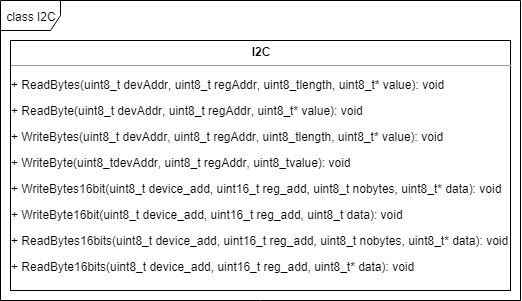
Earlier version of the draw.io export Krav og Design/I2C_Class.png (MkLJensen/iFollow). Source tidied: cells renumbered, new cells last; positions are measured from the earlier drawing's top-left corner, leaving out a move shared by most shapes. Its diagram source:
```xml
<mxGraphModel background="#ffffff">
  <root>
    <mxCell id="0" />
    <mxCell id="1" parent="0" />
    <mxCell id="2" value="class I2C" style="shape=umlFrame;whiteSpace=wrap;html=1;" parent="1" vertex="1">
      <mxGeometry width="520" height="300" as="geometry" />
    </mxCell>
    <mxCell id="3" value="&lt;p style=&quot;margin: 0px ; margin-top: 4px ; text-align: center&quot;&gt;&lt;b&gt;I2C&lt;/b&gt;&lt;/p&gt;&lt;hr size=&quot;1&quot;&gt;&lt;p&gt;+&amp;nbsp;&lt;span&gt;ReadBytes&lt;/span&gt;&lt;span&gt;(&lt;/span&gt;&lt;span&gt;uint8_t&amp;nbsp;&lt;/span&gt;&lt;span&gt;devAddr&lt;/span&gt;&lt;span&gt;, &lt;/span&gt;&lt;span&gt;uint8_t&amp;nbsp;&lt;/span&gt;&lt;span&gt;regAddr&lt;/span&gt;&lt;span&gt;, &lt;/span&gt;&lt;span&gt;uint8_t&lt;/span&gt;&lt;span&gt;length&lt;/span&gt;&lt;span&gt;, &lt;/span&gt;&lt;span&gt;uint8_t&lt;/span&gt;&lt;span&gt;*&amp;nbsp;&lt;/span&gt;&lt;span&gt;value&lt;/span&gt;&lt;span&gt;): void&lt;/span&gt;&lt;/p&gt;&lt;p&gt;&lt;span&gt;+&amp;nbsp;&lt;/span&gt;&lt;span&gt;ReadByte&lt;/span&gt;&lt;span&gt;(&lt;/span&gt;&lt;span&gt;uint8_t&amp;nbsp;&lt;/span&gt;&lt;span&gt;devAddr&lt;/span&gt;&lt;span&gt;, &lt;/span&gt;&lt;span&gt;uint8_t&amp;nbsp;&lt;/span&gt;&lt;span&gt;regAddr&lt;/span&gt;&lt;span&gt;, &lt;/span&gt;&lt;span&gt;uint8_t&lt;/span&gt;&lt;span&gt;*&amp;nbsp;&lt;/span&gt;&lt;span&gt;value&lt;/span&gt;&lt;span&gt;): void&lt;/span&gt;&lt;/p&gt;&lt;p&gt;&lt;span&gt;+&amp;nbsp;&lt;/span&gt;&lt;span&gt;WriteBytes&lt;/span&gt;&lt;span&gt;(&lt;/span&gt;&lt;span&gt;uint8_t&amp;nbsp;&lt;/span&gt;&lt;span&gt;devAddr&lt;/span&gt;&lt;span&gt;, &lt;/span&gt;&lt;span&gt;uint8_t&amp;nbsp;&lt;/span&gt;&lt;span&gt;regAddr&lt;/span&gt;&lt;span&gt;, &lt;/span&gt;&lt;span&gt;uint8_t&lt;/span&gt;&lt;span&gt;length&lt;/span&gt;&lt;span&gt;, &lt;/span&gt;&lt;span&gt;uint8_t&lt;/span&gt;&lt;span&gt;*&amp;nbsp;&lt;/span&gt;&lt;span&gt;value&lt;/span&gt;&lt;span&gt;): void&lt;/span&gt;&lt;/p&gt;&lt;p&gt;&lt;span&gt;+&amp;nbsp;&lt;/span&gt;&lt;span&gt;WriteByte&lt;/span&gt;&lt;span&gt;(&lt;/span&gt;&lt;span&gt;uint8_t&lt;/span&gt;&lt;span&gt;devAddr&lt;/span&gt;&lt;span&gt;, &lt;/span&gt;&lt;span&gt;uint8_t&amp;nbsp;&lt;/span&gt;&lt;span&gt;regAddr&lt;/span&gt;&lt;span&gt;, &lt;/span&gt;&lt;span&gt;uint8_t&lt;/span&gt;&lt;span&gt;value&lt;/span&gt;&lt;span&gt;): void&lt;/span&gt;&lt;/p&gt;&lt;p&gt;&lt;span&gt;+&amp;nbsp;&lt;/span&gt;&lt;span&gt;WriteBytes16bit&lt;/span&gt;&lt;span&gt;(&lt;/span&gt;&lt;span&gt;uint8_t&amp;nbsp;&lt;/span&gt;&lt;span&gt;device_add&lt;/span&gt;&lt;span&gt;, &lt;/span&gt;&lt;span&gt;uint16_t&amp;nbsp;&lt;/span&gt;&lt;span&gt;reg_add&lt;/span&gt;&lt;span&gt;, &lt;/span&gt;&lt;span&gt;uint8_t&amp;nbsp;&lt;/span&gt;&lt;span&gt;nobytes&lt;/span&gt;&lt;span&gt;, &lt;/span&gt;&lt;span&gt;uint8_t&lt;/span&gt;&lt;span&gt;*&amp;nbsp;&lt;/span&gt;&lt;span&gt;data&lt;/span&gt;&lt;span&gt;): void&lt;/span&gt;&lt;/p&gt;&lt;p&gt;&lt;span&gt;+&amp;nbsp;&lt;/span&gt;&lt;span&gt;WriteByte16bit&lt;/span&gt;&lt;span&gt;(&lt;/span&gt;&lt;span&gt;uint8_t&amp;nbsp;&lt;/span&gt;&lt;span&gt;device_add&lt;/span&gt;&lt;span&gt;, &lt;/span&gt;&lt;span&gt;uint16_t&amp;nbsp;&lt;/span&gt;&lt;span&gt;reg_add&lt;/span&gt;&lt;span&gt;, &lt;/span&gt;&lt;span&gt;uint8_t&amp;nbsp;&lt;/span&gt;&lt;span&gt;data&lt;/span&gt;&lt;span&gt;): void&lt;/span&gt;&lt;/p&gt;&lt;p&gt;&lt;span&gt;+&amp;nbsp;&lt;/span&gt;&lt;span&gt;ReadBytes16bits&lt;/span&gt;&lt;span&gt;(&lt;/span&gt;&lt;span&gt;uint8_t&amp;nbsp;&lt;/span&gt;&lt;span&gt;device_add&lt;/span&gt;&lt;span&gt;, &lt;/span&gt;&lt;span&gt;uint16_t&amp;nbsp;&lt;/span&gt;&lt;span&gt;reg_add&lt;/span&gt;&lt;span&gt;, &lt;/span&gt;&lt;span&gt;uint8_t&amp;nbsp;&lt;/span&gt;&lt;span&gt;nobytes&lt;/span&gt;&lt;span&gt;, &lt;/span&gt;&lt;span&gt;uint8_t&lt;/span&gt;&lt;span&gt;*&amp;nbsp;&lt;/span&gt;&lt;span&gt;data&lt;/span&gt;&lt;span&gt;): void&lt;/span&gt;&lt;/p&gt;&lt;p&gt;&lt;span&gt;+&amp;nbsp;&lt;/span&gt;&lt;span&gt;ReadByte16bits&lt;/span&gt;&lt;span&gt;(&lt;/span&gt;&lt;span&gt;uint8_t&amp;nbsp;&lt;/span&gt;&lt;span&gt;device_add&lt;/span&gt;&lt;span&gt;, &lt;/span&gt;&lt;span&gt;uint16_t&amp;nbsp;&lt;/span&gt;&lt;span&gt;reg_add&lt;/span&gt;&lt;span&gt;, &lt;/span&gt;&lt;span&gt;uint8_t&lt;/span&gt;&lt;span&gt;*&amp;nbsp;&lt;/span&gt;&lt;span&gt;data&lt;/span&gt;&lt;span&gt;): void&lt;/span&gt;&lt;/p&gt;" style="verticalAlign=top;align=left;overflow=fill;fontSize=12;fontFamily=Helvetica;html=1;" parent="1" vertex="1">
      <mxGeometry x="10" y="40" width="500" height="250" as="geometry" />
    </mxCell>
  </root>
</mxGraphModel>
```
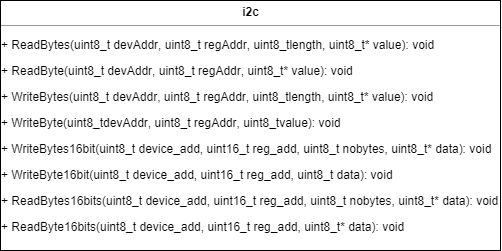
After the change.

The edit, as a diff of the source:
```diff
@@ -2,10 +2,7 @@
   <root>
     <mxCell id="0" />
     <mxCell id="1" parent="0" />
-    <mxCell id="2" value="class I2C" style="shape=umlFrame;whiteSpace=wrap;html=1;" parent="1" vertex="1">
-      <mxGeometry width="520" height="300" as="geometry" />
-    </mxCell>
-    <mxCell id="3" value="&lt;p style=&quot;margin: 0px ; margin-top: 4px ; text-align: center&quot;&gt;&lt;b&gt;I2C&lt;/b&gt;&lt;/p&gt;&lt;hr size=&quot;1&quot;&gt;&lt;p&gt;+&amp;nbsp;&lt;span&gt;ReadBytes&lt;/span&gt;&lt;span&gt;(&lt;/span&gt;&lt;span&gt;uint8_t&amp;nbsp;&lt;/span&gt;&lt;span&gt;devAddr&lt;/span&gt;&lt;span&gt;, &lt;/span&gt;&lt;span&gt;uint8_t&amp;nbsp;&lt;/span&gt;&lt;span&gt;regAddr&lt;/span&gt;&lt;span&gt;, &lt;/span&gt;&lt;span&gt;uint8_t&lt;/span&gt;&lt;span&gt;length&lt;/span&gt;&lt;span&gt;, &lt;/span&gt;&lt;span&gt;uint8_t&lt;/span&gt;&lt;span&gt;*&amp;nbsp;&lt;/span&gt;&lt;span&gt;value&lt;/span&gt;&lt;span&gt;): void&lt;/span&gt;&lt;/p&gt;&lt;p&gt;&lt;span&gt;+&amp;nbsp;&lt;/span&gt;&lt;span&gt;ReadByte&lt;/span&gt;&lt;span&gt;(&lt;/span&gt;&lt;span&gt;uint8_t&amp;nbsp;&lt;/span&gt;&lt;span&gt;devAddr&lt;/span&gt;&lt;span&gt;, &lt;/span&gt;&lt;span&gt;uint8_t&amp;nbsp;&lt;/span&gt;&lt;span&gt;regAddr&lt;/span&gt;&lt;span&gt;, &lt;/span&gt;&lt;span&gt;uint8_t&lt;/span&gt;&lt;span&gt;*&amp;nbsp;&lt;/span&gt;&lt;span&gt;value&lt;/span&gt;&lt;span&gt;): void&lt;/span&gt;&lt;/p&gt;&lt;p&gt;&lt;span&gt;+&amp;nbsp;&lt;/span&gt;&lt;span&gt;WriteBytes&lt;/span&gt;&lt;span&gt;(&lt;/span&gt;&lt;span&gt;uint8_t&amp;nbsp;&lt;/span&gt;&lt;span&gt;devAddr&lt;/span&gt;&lt;span&gt;, &lt;/span&gt;&lt;span&gt;uint8_t&amp;nbsp;&lt;/span&gt;&lt;span&gt;regAddr&lt;/span&gt;&lt;span&gt;, &lt;/span&gt;&lt;span&gt;uint8_t&lt;/span&gt;&lt;span&gt;length&lt;/span&gt;&lt;span&gt;, &lt;/span&gt;&lt;span&gt;uint8_t&lt;/span&gt;&lt;span&gt;*&amp;nbsp;&lt;/span&gt;&lt;span&gt;value&lt;/span&gt;&lt;span&gt;): void&lt;/span&gt;&lt;/p&gt;&lt;p&gt;&lt;span&gt;+&amp;nbsp;&lt;/span&gt;&lt;span&gt;WriteByte&lt;/span&gt;&lt;span&gt;(&lt;/span&gt;&lt;span&gt;uint8_t&lt;/span&gt;&lt;span&gt;devAddr&lt;/span&gt;&lt;span&gt;, &lt;/span&gt;&lt;span&gt;uint8_t&amp;nbsp;&lt;/span&gt;&lt;span&gt;regAddr&lt;/span&gt;&lt;span&gt;, &lt;/span&gt;&lt;span&gt;uint8_t&lt;/span&gt;&lt;span&gt;value&lt;/span&gt;&lt;span&gt;): void&lt;/span&gt;&lt;/p&gt;&lt;p&gt;&lt;span&gt;+&amp;nbsp;&lt;/span&gt;&lt;span&gt;WriteBytes16bit&lt;/span&gt;&lt;span&gt;(&lt;/span&gt;&lt;span&gt;uint8_t&amp;nbsp;&lt;/span&gt;&lt;span&gt;device_add&lt;/span&gt;&lt;span&gt;, &lt;/span&gt;&lt;span&gt;uint16_t&amp;nbsp;&lt;/span&gt;&lt;span&gt;reg_add&lt;/span&gt;&lt;span&gt;, &lt;/span&gt;&lt;span&gt;uint8_t&amp;nbsp;&lt;/span&gt;&lt;span&gt;nobytes&lt;/span&gt;&lt;span&gt;, &lt;/span&gt;&lt;span&gt;uint8_t&lt;/span&gt;&lt;span&gt;*&amp;nbsp;&lt;/span&gt;&lt;span&gt;data&lt;/span&gt;&lt;span&gt;): void&lt;/span&gt;&lt;/p&gt;&lt;p&gt;&lt;span&gt;+&amp;nbsp;&lt;/span&gt;&lt;span&gt;WriteByte16bit&lt;/span&gt;&lt;span&gt;(&lt;/span&gt;&lt;span&gt;uint8_t&amp;nbsp;&lt;/span&gt;&lt;span&gt;device_add&lt;/span&gt;&lt;span&gt;, &lt;/span&gt;&lt;span&gt;uint16_t&amp;nbsp;&lt;/span&gt;&lt;span&gt;reg_add&lt;/span&gt;&lt;span&gt;, &lt;/span&gt;&lt;span&gt;uint8_t&amp;nbsp;&lt;/span&gt;&lt;span&gt;data&lt;/span&gt;&lt;span&gt;): void&lt;/span&gt;&lt;/p&gt;&lt;p&gt;&lt;span&gt;+&amp;nbsp;&lt;/span&gt;&lt;span&gt;ReadBytes16bits&lt;/span&gt;&lt;span&gt;(&lt;/span&gt;&lt;span&gt;uint8_t&amp;nbsp;&lt;/span&gt;&lt;span&gt;device_add&lt;/span&gt;&lt;span&gt;, &lt;/span&gt;&lt;span&gt;uint16_t&amp;nbsp;&lt;/span&gt;&lt;span&gt;reg_add&lt;/span&gt;&lt;span&gt;, &lt;/span&gt;&lt;span&gt;uint8_t&amp;nbsp;&lt;/span&gt;&lt;span&gt;nobytes&lt;/span&gt;&lt;span&gt;, &lt;/span&gt;&lt;span&gt;uint8_t&lt;/span&gt;&lt;span&gt;*&amp;nbsp;&lt;/span&gt;&lt;span&gt;data&lt;/span&gt;&lt;span&gt;): void&lt;/span&gt;&lt;/p&gt;&lt;p&gt;&lt;span&gt;+&amp;nbsp;&lt;/span&gt;&lt;span&gt;ReadByte16bits&lt;/span&gt;&lt;span&gt;(&lt;/span&gt;&lt;span&gt;uint8_t&amp;nbsp;&lt;/span&gt;&lt;span&gt;device_add&lt;/span&gt;&lt;span&gt;, &lt;/span&gt;&lt;span&gt;uint16_t&amp;nbsp;&lt;/span&gt;&lt;span&gt;reg_add&lt;/span&gt;&lt;span&gt;, &lt;/span&gt;&lt;span&gt;uint8_t&lt;/span&gt;&lt;span&gt;*&amp;nbsp;&lt;/span&gt;&lt;span&gt;data&lt;/span&gt;&lt;span&gt;): void&lt;/span&gt;&lt;/p&gt;" style="verticalAlign=top;align=left;overflow=fill;fontSize=12;fontFamily=Helvetica;html=1;" parent="1" vertex="1">
+    <mxCell id="3" value="&lt;p style=&quot;margin: 0px ; margin-top: 4px ; text-align: center&quot;&gt;&lt;b&gt;i2c&lt;/b&gt;&lt;/p&gt;&lt;hr size=&quot;1&quot;&gt;&lt;p&gt;+&amp;nbsp;&lt;span&gt;ReadBytes&lt;/span&gt;&lt;span&gt;(&lt;/span&gt;&lt;span&gt;uint8_t&amp;nbsp;&lt;/span&gt;&lt;span&gt;devAddr&lt;/span&gt;&lt;span&gt;, &lt;/span&gt;&lt;span&gt;uint8_t&amp;nbsp;&lt;/span&gt;&lt;span&gt;regAddr&lt;/span&gt;&lt;span&gt;, &lt;/span&gt;&lt;span&gt;uint8_t&lt;/span&gt;&lt;span&gt;length&lt;/span&gt;&lt;span&gt;, &lt;/span&gt;&lt;span&gt;uint8_t&lt;/span&gt;&lt;span&gt;*&amp;nbsp;&lt;/span&gt;&lt;span&gt;value&lt;/span&gt;&lt;span&gt;): void&lt;/span&gt;&lt;/p&gt;&lt;p&gt;&lt;span&gt;+&amp;nbsp;&lt;/span&gt;&lt;span&gt;ReadByte&lt;/span&gt;&lt;span&gt;(&lt;/span&gt;&lt;span&gt;uint8_t&amp;nbsp;&lt;/span&gt;&lt;span&gt;devAddr&lt;/span&gt;&lt;span&gt;, &lt;/span&gt;&lt;span&gt;uint8_t&amp;nbsp;&lt;/span&gt;&lt;span&gt;regAddr&lt;/span&gt;&lt;span&gt;, &lt;/span&gt;&lt;span&gt;uint8_t&lt;/span&gt;&lt;span&gt;*&amp;nbsp;&lt;/span&gt;&lt;span&gt;value&lt;/span&gt;&lt;span&gt;): void&lt;/span&gt;&lt;/p&gt;&lt;p&gt;&lt;span&gt;+&amp;nbsp;&lt;/span&gt;&lt;span&gt;WriteBytes&lt;/span&gt;&lt;span&gt;(&lt;/span&gt;&lt;span&gt;uint8_t&amp;nbsp;&lt;/span&gt;&lt;span&gt;devAddr&lt;/span&gt;&lt;span&gt;, &lt;/span&gt;&lt;span&gt;uint8_t&amp;nbsp;&lt;/span&gt;&lt;span&gt;regAddr&lt;/span&gt;&lt;span&gt;, &lt;/span&gt;&lt;span&gt;uint8_t&lt;/span&gt;&lt;span&gt;length&lt;/span&gt;&lt;span&gt;, &lt;/span&gt;&lt;span&gt;uint8_t&lt;/span&gt;&lt;span&gt;*&amp;nbsp;&lt;/span&gt;&lt;span&gt;value&lt;/span&gt;&lt;span&gt;): void&lt;/span&gt;&lt;/p&gt;&lt;p&gt;&lt;span&gt;+&amp;nbsp;&lt;/span&gt;&lt;span&gt;WriteByte&lt;/span&gt;&lt;span&gt;(&lt;/span&gt;&lt;span&gt;uint8_t&lt;/span&gt;&lt;span&gt;devAddr&lt;/span&gt;&lt;span&gt;, &lt;/span&gt;&lt;span&gt;uint8_t&amp;nbsp;&lt;/span&gt;&lt;span&gt;regAddr&lt;/span&gt;&lt;span&gt;, &lt;/span&gt;&lt;span&gt;uint8_t&lt;/span&gt;&lt;span&gt;value&lt;/span&gt;&lt;span&gt;): void&lt;/span&gt;&lt;/p&gt;&lt;p&gt;&lt;span&gt;+&amp;nbsp;&lt;/span&gt;&lt;span&gt;WriteBytes16bit&lt;/span&gt;&lt;span&gt;(&lt;/span&gt;&lt;span&gt;uint8_t&amp;nbsp;&lt;/span&gt;&lt;span&gt;device_add&lt;/span&gt;&lt;span&gt;, &lt;/span&gt;&lt;span&gt;uint16_t&amp;nbsp;&lt;/span&gt;&lt;span&gt;reg_add&lt;/span&gt;&lt;span&gt;, &lt;/span&gt;&lt;span&gt;uint8_t&amp;nbsp;&lt;/span&gt;&lt;span&gt;nobytes&lt;/span&gt;&lt;span&gt;, &lt;/span&gt;&lt;span&gt;uint8_t&lt;/span&gt;&lt;span&gt;*&amp;nbsp;&lt;/span&gt;&lt;span&gt;data&lt;/span&gt;&lt;span&gt;): void&lt;/span&gt;&lt;/p&gt;&lt;p&gt;&lt;span&gt;+&amp;nbsp;&lt;/span&gt;&lt;span&gt;WriteByte16bit&lt;/span&gt;&lt;span&gt;(&lt;/span&gt;&lt;span&gt;uint8_t&amp;nbsp;&lt;/span&gt;&lt;span&gt;device_add&lt;/span&gt;&lt;span&gt;, &lt;/span&gt;&lt;span&gt;uint16_t&amp;nbsp;&lt;/span&gt;&lt;span&gt;reg_add&lt;/span&gt;&lt;span&gt;, &lt;/span&gt;&lt;span&gt;uint8_t&amp;nbsp;&lt;/span&gt;&lt;span&gt;data&lt;/span&gt;&lt;span&gt;): void&lt;/span&gt;&lt;/p&gt;&lt;p&gt;&lt;span&gt;+&amp;nbsp;&lt;/span&gt;&lt;span&gt;ReadBytes16bits&lt;/span&gt;&lt;span&gt;(&lt;/span&gt;&lt;span&gt;uint8_t&amp;nbsp;&lt;/span&gt;&lt;span&gt;device_add&lt;/span&gt;&lt;span&gt;, &lt;/span&gt;&lt;span&gt;uint16_t&amp;nbsp;&lt;/span&gt;&lt;span&gt;reg_add&lt;/span&gt;&lt;span&gt;, &lt;/span&gt;&lt;span&gt;uint8_t&amp;nbsp;&lt;/span&gt;&lt;span&gt;nobytes&lt;/span&gt;&lt;span&gt;, &lt;/span&gt;&lt;span&gt;uint8_t&lt;/span&gt;&lt;span&gt;*&amp;nbsp;&lt;/span&gt;&lt;span&gt;data&lt;/span&gt;&lt;span&gt;): void&lt;/span&gt;&lt;/p&gt;&lt;p&gt;&lt;span&gt;+&amp;nbsp;&lt;/span&gt;&lt;span&gt;ReadByte16bits&lt;/span&gt;&lt;span&gt;(&lt;/span&gt;&lt;span&gt;uint8_t&amp;nbsp;&lt;/span&gt;&lt;span&gt;device_add&lt;/span&gt;&lt;span&gt;, &lt;/span&gt;&lt;span&gt;uint16_t&amp;nbsp;&lt;/span&gt;&lt;span&gt;reg_add&lt;/span&gt;&lt;span&gt;, &lt;/span&gt;&lt;span&gt;uint8_t&lt;/span&gt;&lt;span&gt;*&amp;nbsp;&lt;/span&gt;&lt;span&gt;data&lt;/span&gt;&lt;span&gt;): void&lt;/span&gt;&lt;/p&gt;" style="verticalAlign=top;align=left;overflow=fill;fontSize=12;fontFamily=Helvetica;html=1;" parent="1" vertex="1">
       <mxGeometry x="10" y="40" width="500" height="250" as="geometry" />
     </mxCell>
   </root>
```
